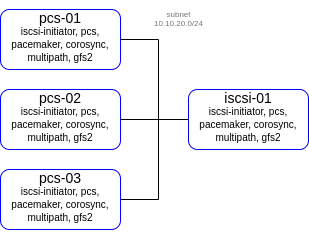
Before: pics/infra.png, a diagram exported from draw.io (SergSha/lab-03). Source tidied: cells renumbered, new cells last; positions are measured from the earlier drawing's top-left corner, leaving out a move shared by most shapes.
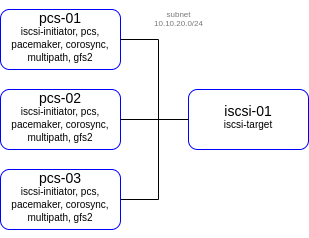
Later version of the same file.

Change to the diagram source:
```diff
@@ -2,7 +2,7 @@
   <root>
     <mxCell id="0" />
     <mxCell id="1" parent="0" />
-    <mxCell id="2" value="&lt;p style=&quot;line-height: 100%&quot;&gt;&lt;font&gt;&lt;span style=&quot;font-size: 14px&quot;&gt;iscsi-01&lt;br&gt;&lt;/span&gt;&lt;/font&gt;&lt;span style=&quot;font-size: 10px&quot;&gt;iscsi-initiator, pcs, pacemaker, corosync, multipath, gfs2&lt;/span&gt;&lt;br&gt;&lt;/p&gt;" style="rounded=1;whiteSpace=wrap;html=1;strokeColor=#0000FF;" parent="1" vertex="1">
+    <mxCell id="2" value="&lt;p style=&quot;line-height: 100%&quot;&gt;&lt;font&gt;&lt;span style=&quot;font-size: 14px&quot;&gt;iscsi-01&lt;br&gt;&lt;/span&gt;&lt;/font&gt;&lt;span style=&quot;font-size: 10px&quot;&gt;iscsi-target&lt;/span&gt;&lt;br&gt;&lt;/p&gt;" style="rounded=1;whiteSpace=wrap;html=1;strokeColor=#0000FF;" parent="1" vertex="1">
       <mxGeometry x="188" y="80" width="120" height="60" as="geometry" />
     </mxCell>
     <mxCell id="3" value="&lt;p style=&quot;line-height: 100%&quot;&gt;&lt;span style=&quot;font-size: 14px&quot;&gt;pcs-01&lt;/span&gt;&lt;br&gt;&lt;span style=&quot;font-size: 10px&quot;&gt;iscsi-initiator, pcs, pacemaker, corosync, multipath, gfs2&lt;/span&gt;&lt;br&gt;&lt;/p&gt;" style="rounded=1;whiteSpace=wrap;html=1;strokeColor=#0000FF;" parent="1" vertex="1">
```
